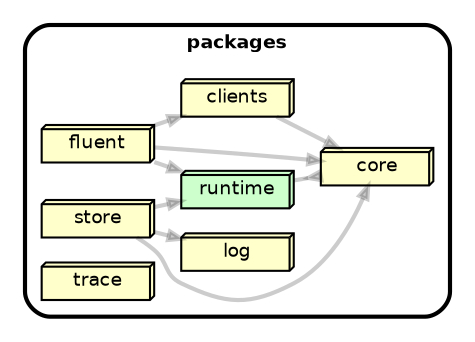
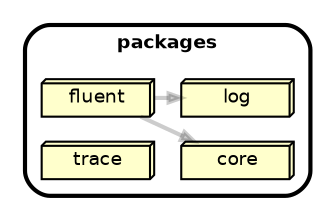
strict digraph "dependency-cruiser output"{
    rankdir="LR" splines="true" overlap="false" nodesep="0.16" ranksep="0.18" fontname="Helvetica-bold" fontsize="9" style="rounded,bold,filled" fillcolor="#ffffff" compound="true"
    node [shape="box" style="rounded, filled" height="0.2" color="black" fillcolor="#ffffcc" fontcolor="black" fontname="Helvetica" fontsize="9"]
    edge [arrowhead="normal" arrowsize="0.6" penwidth="2.0" color="#00000033" fontname="Helvetica" fontsize="9"]

-     subgraph "cluster_packages" {label="packages" "packages/clients" [label=<clients> tooltip="clients" URL="packages/clients" shape="box3d"] }
-     "packages/clients" -> "packages/core"
    subgraph "cluster_packages" {label="packages" "packages/core" [label=<core> tooltip="core" URL="packages/core" shape="box3d"] }
    subgraph "cluster_packages" {label="packages" "packages/fluent" [label=<fluent> tooltip="fluent" URL="packages/fluent" shape="box3d"] }
    "packages/fluent" -> "packages/core"
-     "packages/fluent" -> "packages/runtime"
-     "packages/fluent" -> "packages/clients"
+     "packages/fluent" -> "packages/log"
    subgraph "cluster_packages" {label="packages" "packages/log" [label=<log> tooltip="log" URL="packages/log" shape="box3d"] }
-     subgraph "cluster_packages" {label="packages" "packages/runtime" [label=<runtime> tooltip="runtime" URL="packages/runtime" fillcolor="#ccffcc" shape="box3d"] }
-     "packages/runtime" -> "packages/core" [arrowhead="inv"]
-     subgraph "cluster_packages" {label="packages" "packages/store" [label=<store> tooltip="store" URL="packages/store" shape="box3d"] }
-     "packages/store" -> "packages/core"
-     "packages/store" -> "packages/log"
-     "packages/store" -> "packages/runtime"
    subgraph "cluster_packages" {label="packages" "packages/trace" [label=<trace> tooltip="trace" URL="packages/trace" shape="box3d"] }
}
